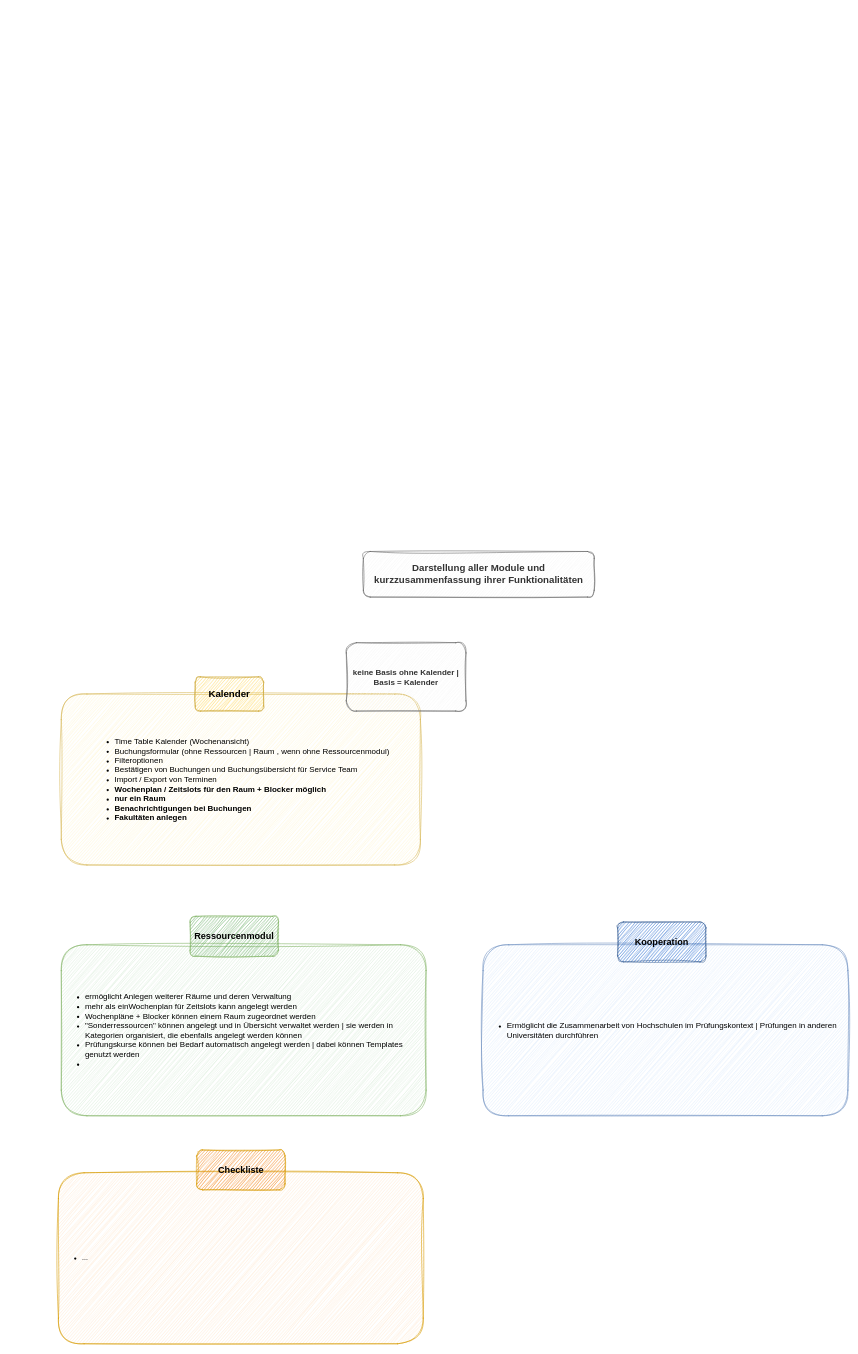
Before: page "Modul-Funktionalitäten" (1 of 5) of Ressourcenanlegen.drawio in melanietreitinger/buchungstool, a draw.io diagram. Source tidied: cells renumbered, new cells numbered last; positions are measured from the earlier drawing's top-left corner, leaving out a move shared by most shapes. Both pictures are drawn from the tidied source at 57%, with x=0, y=0 at pixel (58, 551).
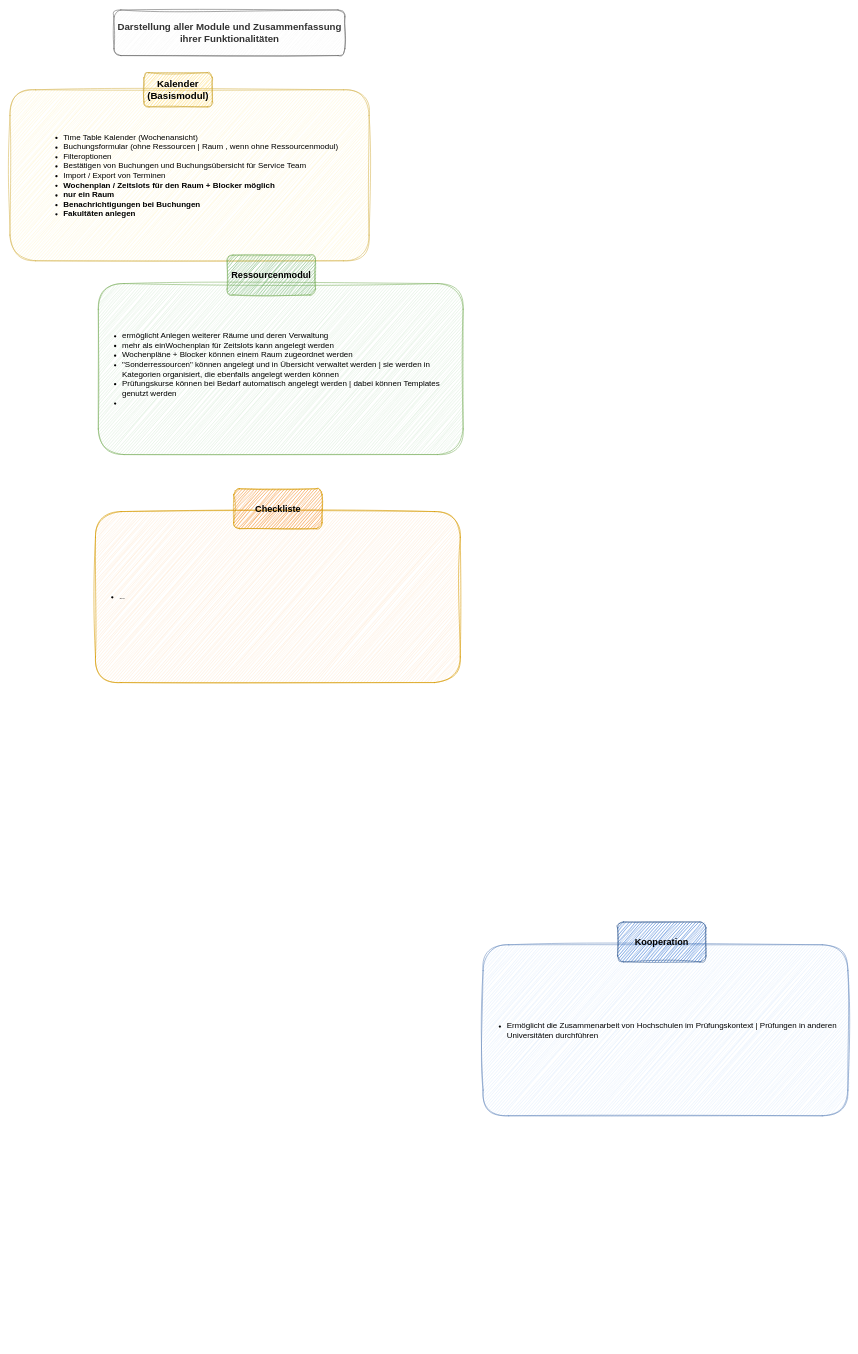
The same diagram, later.

Change to the diagram source:
```diff
@@
 <mxGraphModel>
   <root>
     <mxCell id="0" />
     <mxCell id="1" parent="0" />
     <mxCell id="2" value="&lt;div align=&quot;left&quot;&gt;&lt;ul&gt;&lt;li&gt;&lt;font style=&quot;font-size: 14px;&quot;&gt;Time Table Kalender (Wochenansicht)&lt;/font&gt;&lt;/li&gt;&lt;li&gt;&lt;font style=&quot;font-size: 14px;&quot;&gt;Buchungsformular (ohne Ressourcen | Raum , wenn ohne Ressourcenmodul)&lt;/font&gt;&lt;/li&gt;&lt;li&gt;&lt;font style=&quot;font-size: 14px;&quot;&gt;Filteroptionen&lt;/font&gt;&lt;/li&gt;&lt;li&gt;&lt;font style=&quot;font-size: 14px;&quot;&gt;Bestätigen von Buchungen und Buchungsübersicht für Service Team&lt;/font&gt;&lt;/li&gt;&lt;li&gt;&lt;font style=&quot;font-size: 14px;&quot;&gt;Import / Export von Terminen&lt;/font&gt;&lt;/li&gt;&lt;li&gt;&lt;b&gt;&lt;font style=&quot;font-size: 14px;&quot;&gt;Wochenplan / Zeitslots für den Raum + Blocker möglich&lt;/font&gt;&lt;/b&gt;&lt;/li&gt;&lt;li&gt;&lt;b&gt;&lt;font style=&quot;font-size: 14px;&quot;&gt;nur ein Raum&amp;nbsp;&lt;/font&gt;&lt;/b&gt;&lt;/li&gt;&lt;li&gt;&lt;b&gt;&lt;font style=&quot;font-size: 14px;&quot;&gt;Benachrichtigungen bei Buchungen&lt;/font&gt;&lt;/b&gt;&lt;/li&gt;&lt;li&gt;&lt;b&gt;&lt;font style=&quot;font-size: 14px;&quot;&gt;Fakultäten anlegen&lt;/font&gt;&lt;/b&gt;&lt;/li&gt;&lt;/ul&gt;&lt;/div&gt;" style="rounded=1;whiteSpace=wrap;html=1;fillColor=#fff2cc;strokeColor=#d6b656;sketch=1;curveFitting=1;jiggle=2;" parent="1" vertex="1">
-      <mxGeometry x="5" y="250" width="630" height="300" as="geometry" />
+      <mxGeometry x="-85" y="-810" width="630" height="300" as="geometry" />
     </mxCell>
-    <mxCell id="3" value="&lt;font style=&quot;font-size: 17px;&quot;&gt;&lt;b&gt;Kalender&lt;/b&gt;&lt;/font&gt;" style="rounded=1;whiteSpace=wrap;html=1;fillColor=light-dark(#ffd34f, #281d00);strokeColor=light-dark(#caa431, #6d5100);shadow=0;glass=0;sketch=1;curveFitting=1;jiggle=2;" parent="1" vertex="1">
-      <mxGeometry x="240" y="220" width="120" height="60" as="geometry" />
+    <mxCell id="3" value="&lt;font style=&quot;font-size: 17px;&quot;&gt;&lt;b&gt;Kalender (Basismodul)&lt;/b&gt;&lt;/font&gt;" style="rounded=1;whiteSpace=wrap;html=1;fillColor=light-dark(#ffd34f, #281d00);strokeColor=light-dark(#caa431, #6d5100);shadow=0;glass=0;sketch=1;curveFitting=1;jiggle=2;" parent="1" vertex="1">
+      <mxGeometry x="150" y="-840" width="120" height="60" as="geometry" />
     </mxCell>
     <mxCell id="4" value="&lt;div align=&quot;left&quot;&gt;&lt;ul&gt;&lt;li&gt;&lt;font style=&quot;font-size: 14px;&quot;&gt;ermöglicht Anlegen weiterer Räume und deren Verwaltung&lt;/font&gt;&lt;/li&gt;&lt;li&gt;&lt;font style=&quot;font-size: 14px;&quot;&gt;mehr als einWochenplan für Zeitslots kann angelegt werden&lt;/font&gt;&lt;/li&gt;&lt;li&gt;&lt;font style=&quot;font-size: 14px;&quot;&gt;Wochenpläne + Blocker können einem Raum zugeordnet werden&lt;/font&gt;&lt;/li&gt;&lt;li&gt;&lt;font style=&quot;font-size: 14px;&quot;&gt;&quot;Sonderressourcen&quot; können angelegt und in Übersicht verwaltet werden | sie werden in Kategorien organisiert, die ebenfalls angelegt werden können&lt;/font&gt;&lt;/li&gt;&lt;li&gt;&lt;font style=&quot;font-size: 14px;&quot;&gt;Prüfungskurse können bei Bedarf automatisch angelegt werden | dabei können Templates genutzt werden&lt;/font&gt;&lt;/li&gt;&lt;li&gt;&lt;font style=&quot;font-size: 14px;&quot;&gt;&lt;br&gt;&lt;/font&gt;&lt;/li&gt;&lt;/ul&gt;&lt;/div&gt;" style="rounded=1;whiteSpace=wrap;html=1;fillColor=#d5e8d4;strokeColor=#82b366;sketch=1;curveFitting=1;jiggle=2;align=left;" parent="1" vertex="1">
-      <mxGeometry x="5" y="690" width="640" height="300" as="geometry" />
+      <mxGeometry x="70" y="-470" width="640" height="300" as="geometry" />
     </mxCell>
     <mxCell id="5" value="&lt;font style=&quot;font-size: 16px;&quot;&gt;&lt;b&gt;Ressourcenmodul&lt;/b&gt;&lt;/font&gt;" style="rounded=1;whiteSpace=wrap;html=1;fillColor=light-dark(#5ca558, #1f2f1e);strokeColor=#82b366;shadow=0;glass=0;sketch=1;curveFitting=1;jiggle=2;" parent="1" vertex="1">
-      <mxGeometry x="231" y="640" width="155" height="70" as="geometry" />
+      <mxGeometry x="296" y="-520" width="155" height="70" as="geometry" />
     </mxCell>
-    <mxCell id="6" value="&lt;font style=&quot;font-size: 17px;&quot;&gt;&lt;b&gt;Darstellung aller Module und kurzzusammenfassung ihrer Funktionalitäten&lt;/b&gt;&lt;/font&gt;" style="rounded=1;whiteSpace=wrap;html=1;fillColor=#f5f5f5;strokeColor=#666666;shadow=0;glass=0;sketch=1;curveFitting=1;jiggle=2;fontColor=#333333;" parent="1" vertex="1">
-      <mxGeometry x="535" width="405" height="80" as="geometry" />
+    <mxCell id="6" value="&lt;font style=&quot;font-size: 17px;&quot;&gt;&lt;b&gt;Darstellung aller Module und Zusammenfassung ihrer Funktionalitäten&lt;/b&gt;&lt;/font&gt;" style="rounded=1;whiteSpace=wrap;html=1;fillColor=#f5f5f5;strokeColor=#666666;shadow=0;glass=0;sketch=1;curveFitting=1;jiggle=2;fontColor=#333333;" parent="1" vertex="1">
+      <mxGeometry x="97.5" y="-950" width="405" height="80" as="geometry" />
     </mxCell>
     <mxCell id="7" value="&lt;ul&gt;&lt;li&gt;...&lt;/li&gt;&lt;/ul&gt;" style="rounded=1;whiteSpace=wrap;html=1;fillColor=#ffe6cc;strokeColor=#d79b00;sketch=1;curveFitting=1;jiggle=2;align=left;" parent="1" vertex="1">
-      <mxGeometry y="1090" width="640" height="300" as="geometry" />
+      <mxGeometry x="65" y="-70" width="640" height="300" as="geometry" />
     </mxCell>
     <mxCell id="8" value="&lt;b&gt;&lt;font style=&quot;font-size: 16px;&quot;&gt;Checkliste&lt;/font&gt;&lt;/b&gt;" style="rounded=1;whiteSpace=wrap;html=1;fillColor=light-dark(#f07800, #36210a);strokeColor=#d79b00;shadow=0;glass=0;sketch=1;curveFitting=1;jiggle=2;" parent="1" vertex="1">
-      <mxGeometry x="242.5" y="1050" width="155" height="70" as="geometry" />
+      <mxGeometry x="307.5" y="-110" width="155" height="70" as="geometry" />
     </mxCell>
     <mxCell id="9" value="&lt;ul&gt;&lt;li&gt;&lt;font style=&quot;font-size: 14px;&quot;&gt;Ermöglicht die Zusammenarbeit von Hochschulen im Prüfungskontext | Prüfungen in anderen Universitäten durchführen&lt;/font&gt;&lt;/li&gt;&lt;/ul&gt;" style="rounded=1;whiteSpace=wrap;html=1;fillColor=#dae8fc;strokeColor=#6c8ebf;sketch=1;curveFitting=1;jiggle=2;align=left;" parent="1" vertex="1">
       <mxGeometry x="745" y="690" width="640" height="300" as="geometry" />
     </mxCell>
     <mxCell id="10" value="&lt;b&gt;&lt;font style=&quot;font-size: 16px;&quot;&gt;Kooperation&lt;/font&gt;&lt;/b&gt;" style="rounded=1;whiteSpace=wrap;html=1;fillColor=light-dark(#105ac9, #1d293b);strokeColor=light-dark(#416396, #5c79a3);shadow=0;glass=0;sketch=1;curveFitting=1;jiggle=2;" parent="1" vertex="1">
       <mxGeometry x="981" y="650" width="155" height="70" as="geometry" />
     </mxCell>
-    <mxCell id="11" value="&lt;font style=&quot;font-size: 14px;&quot;&gt;&lt;b&gt;keine Basis ohne Kalender | Basis = Kalender&lt;/b&gt;&lt;/font&gt;" style="rounded=1;whiteSpace=wrap;html=1;fillColor=#f5f5f5;strokeColor=#666666;shadow=0;glass=0;sketch=1;curveFitting=1;jiggle=2;fontColor=#333333;" parent="1" vertex="1">
-      <mxGeometry x="505" y="160" width="210" height="120" as="geometry" />
-    </mxCell>
   </root>
 </mxGraphModel>
```
